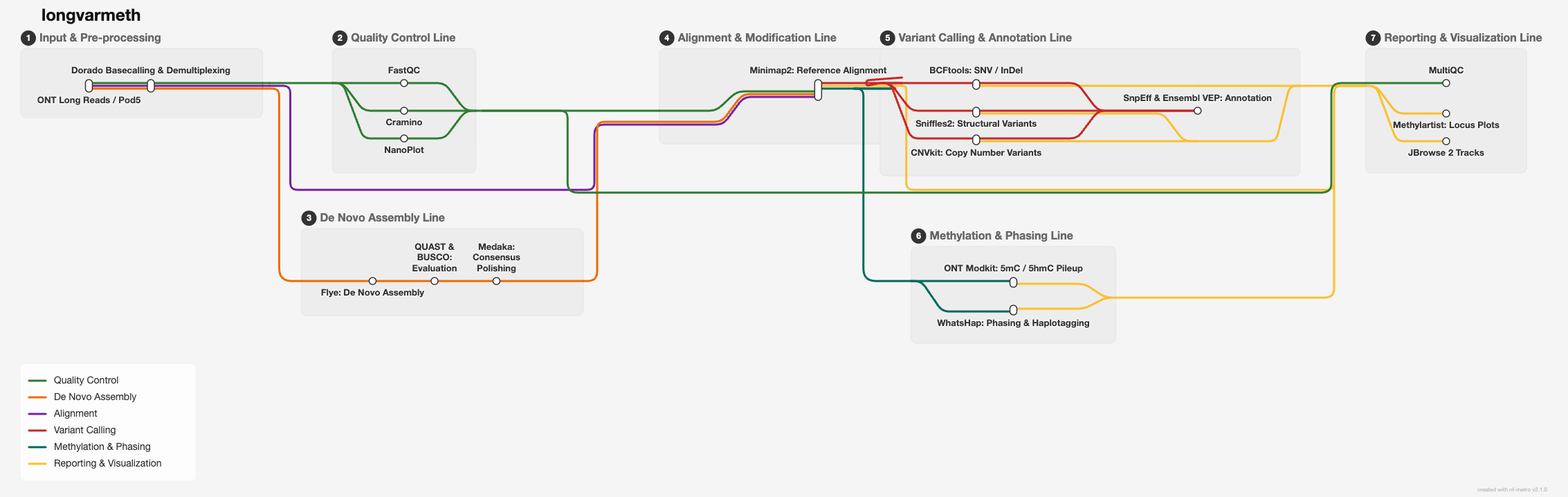
JD2112/longvarmeth keeps this Mermaid diagram as docs/pipeline.png. Above is the earlier version. Its source is kept beside it as docs/pipeline.mmd. The source it was exported from:
```mermaid


graph LR
    subgraph Input ["Input & Pre-processing"]
        A[ONT Long Reads / Pod5]
        B[Dorado Basecalling & Demultiplexing]
    end

    subgraph QC ["Quality Control Line"]
        C1[FastQC]
        C2[Cramino]
        C3[NanoPlot]
    end

    subgraph Assembly ["De Novo Assembly Line"]
        D1[Flye: De Novo Assembly]
        D2[QUAST & BUSCO: Evaluation]
        D3[Medaka: Consensus Polishing]
    end

    subgraph Alignment ["Alignment & Modification Line"]
        E[Minimap2: Reference Alignment]
    end

    subgraph Variants ["Variant Calling & Annotation Line"]
        F1[BCFtools: SNV / InDel]
        F2[Sniffles2: Structural Variants]
        F3[CNVkit: Copy Number Variants]
        F4[SnpEff & Ensembl VEP: Annotation]
    end

    subgraph Methylation ["Methylation & Phasing Line"]
        G1[ONT Modkit: 5mC / 5hmC Pileup]
        G2[WhatsHap: Phasing & Haplotagging]
    end

    subgraph Visualization ["Reporting & Visualization Line"]
        H[MultiQC]
        I1[Methylartist: Locus Plots]
        I2[JBrowse 2 Tracks]
    end


    A -->|qc,assembly,alignment| B

    B -->|qc| C1
    B -->|qc| C2
    B -->|qc| C3
    C1 -->|qc| H
    C2 -->|qc| H
    C3 -->|qc| H

    B -->|assembly| D1
    D1 -->|assembly| D2
    D2 -->|assembly| D3

    B -->|alignment| E
    C3 -->|qc| E
    D3 -->|assembly| E

    E -->|variants| F1
    E -->|variants| F2
    E -->|variants| F3
    F1 -->|variants| F4
    F2 -->|variants| F4
    F3 -->|variants| F4

    E -->|methylation| G1
    E -->|methylation| G2

    G1 -->|viz| I1
    G2 -->|viz| I1
    E -->|viz| I2
    F1 -->|viz| I2
    F2 -->|viz| I2
    F3 -->|viz| I2
    G2 -->|viz| I2
```
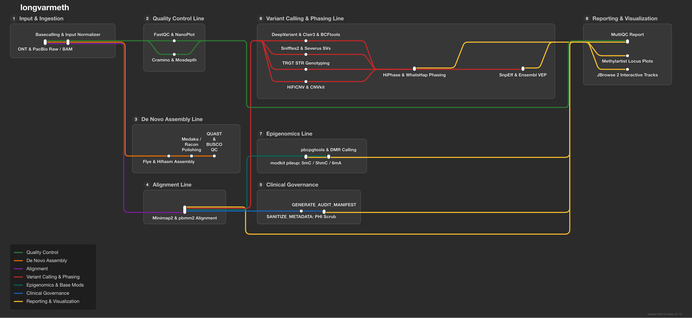
The same file after the commit.

Diff of the diagram source:
```diff
@@ -1,77 +1,84 @@
 
 
 graph LR
-    subgraph Input ["Input & Pre-processing"]
-        A[ONT Long Reads / Pod5]
-        B[Dorado Basecalling & Demultiplexing]
+    subgraph Input ["Input & Ingestion"]
+        A[ONT & PacBio Raw / BAM]
+        B[Basecalling & Input Normalizer]
     end
 
     subgraph QC ["Quality Control Line"]
-        C1[FastQC]
-        C2[Cramino]
-        C3[NanoPlot]
+        C1[FastQC & NanoPlot]
+        C2[Cramino & Mosdepth]
     end
 
     subgraph Assembly ["De Novo Assembly Line"]
-        D1[Flye: De Novo Assembly]
-        D2[QUAST & BUSCO: Evaluation]
-        D3[Medaka: Consensus Polishing]
+        D1[Flye & Hifiasm Assembly]
+        D2[Medaka / Racon Polishing]
+        D3[QUAST & BUSCO QC]
     end
 
-    subgraph Alignment ["Alignment & Modification Line"]
-        E[Minimap2: Reference Alignment]
+    subgraph Alignment ["Alignment Line"]
+        E[Minimap2 & pbmm2 Alignment]
     end
 
-    subgraph Variants ["Variant Calling & Annotation Line"]
-        F1[BCFtools: SNV / InDel]
-        F2[Sniffles2: Structural Variants]
-        F3[CNVkit: Copy Number Variants]
-        F4[SnpEff & Ensembl VEP: Annotation]
+    subgraph Variants ["Variant Calling & Phasing Line"]
+        F1[DeepVariant & Clair3 & BCFtools]
+        F2[Sniffles2 & Severus SVs]
+        F3[TRGT STR Genotyping]
+        F4[HiFiCNV & CNVkit]
+        F5[HiPhase & WhatsHap Phasing]
+        F6[SnpEff & Ensembl VEP]
     end
 
-    subgraph Methylation ["Methylation & Phasing Line"]
-        G1[ONT Modkit: 5mC / 5hmC Pileup]
-        G2[WhatsHap: Phasing & Haplotagging]
+    subgraph Methylation ["Epigenomics Line"]
+        G1[modkit pileup: 5mC / 5hmC / 6mA]
+        G2[pbcpgtools & DMR Calling]
     end
 
-    subgraph Visualization ["Reporting & Visualization Line"]
-        H[MultiQC]
-        I1[Methylartist: Locus Plots]
-        I2[JBrowse 2 Tracks]
+    subgraph Governance ["Clinical Governance"]
+        GOV1[SANITIZE_METADATA: PHI Scrub]
+        GOV2[GENERATE_AUDIT_MANIFEST]
     end
 
+    subgraph Visualization ["Reporting & Visualization"]
+        H[MultiQC Report]
+        I1[Methylartist Locus Plots]
+        I2[JBrowse 2 Interactive Tracks]
+    end
 
     A -->|qc,assembly,alignment| B
 
     B -->|qc| C1
     B -->|qc| C2
-    B -->|qc| C3
     C1 -->|qc| H
     C2 -->|qc| H
-    C3 -->|qc| H
 
     B -->|assembly| D1
     D1 -->|assembly| D2
     D2 -->|assembly| D3
 
     B -->|alignment| E
-    C3 -->|qc| E
-    D3 -->|assembly| E
 
     E -->|variants| F1
     E -->|variants| F2
     E -->|variants| F3
-    F1 -->|variants| F4
-    F2 -->|variants| F4
-    F3 -->|variants| F4
+    E -->|variants| F4
+    F1 -->|variants| F5
+    F2 -->|variants| F5
+    F3 -->|variants| F5
+    F4 -->|variants| F5
+    F5 -->|variants| F6
 
     E -->|methylation| G1
-    E -->|methylation| G2
+    G1 -->|methylation| G2
+
+    E -->|governance| GOV1
+    GOV1 -->|governance| GOV2
 
     G1 -->|viz| I1
     G2 -->|viz| I1
     E -->|viz| I2
-    F1 -->|viz| I2
-    F2 -->|viz| I2
-    F3 -->|viz| I2
-    G2 -->|viz| I2
+    F5 -->|viz| I2
+    F6 -->|viz| I2
+    G1 -->|viz| I2
+    GOV2 -->|viz| H
```
